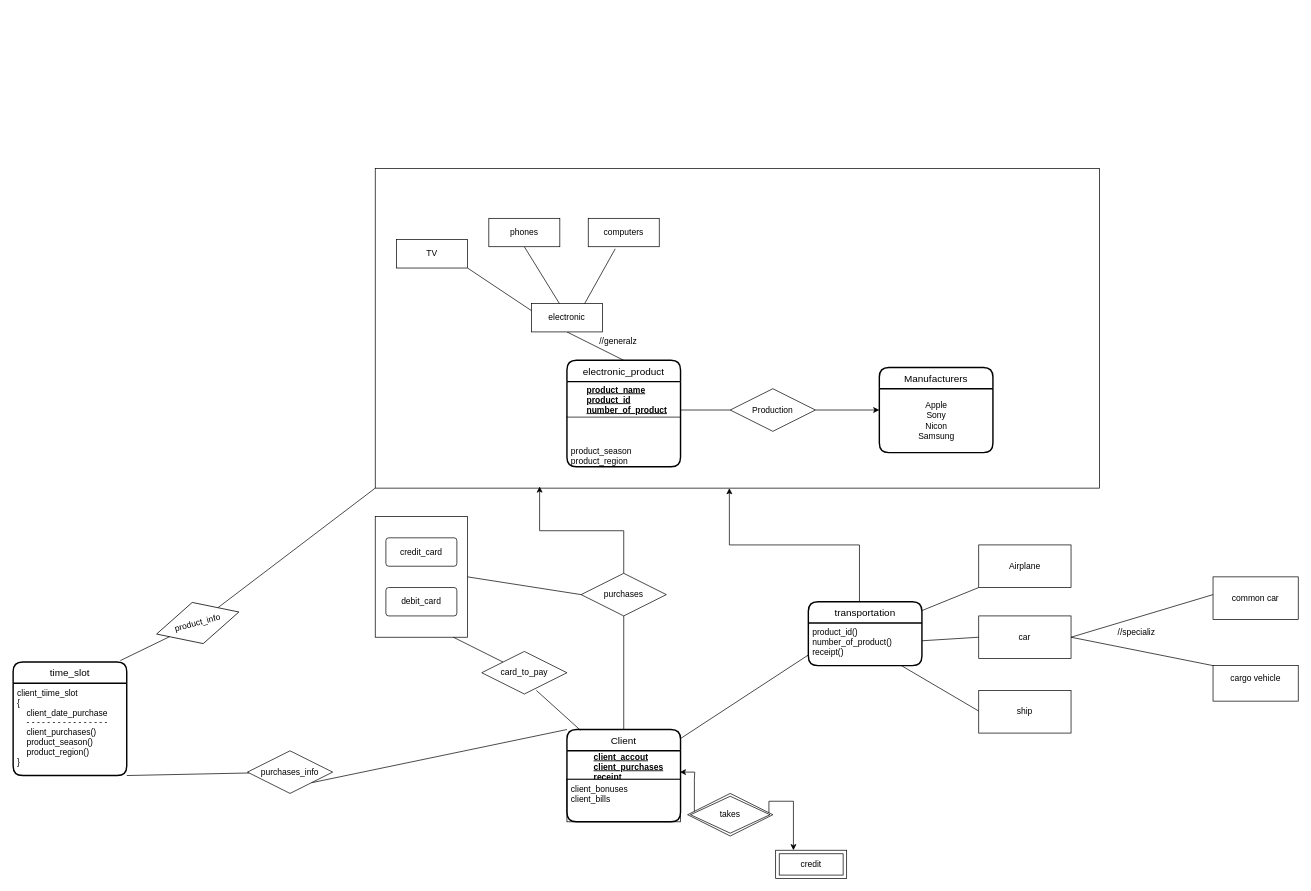
Before: project_Electronics_vendor/Untitled Diagram.drawio in oshuakbaev/Database, a draw.io diagram. Source tidied: cells renumbered, new cells numbered last; positions are measured from the earlier drawing's top-left corner, leaving out a move shared by most shapes. Both pictures are drawn from the tidied source at 71%, with x=0, y=0 at pixel (13, 168).
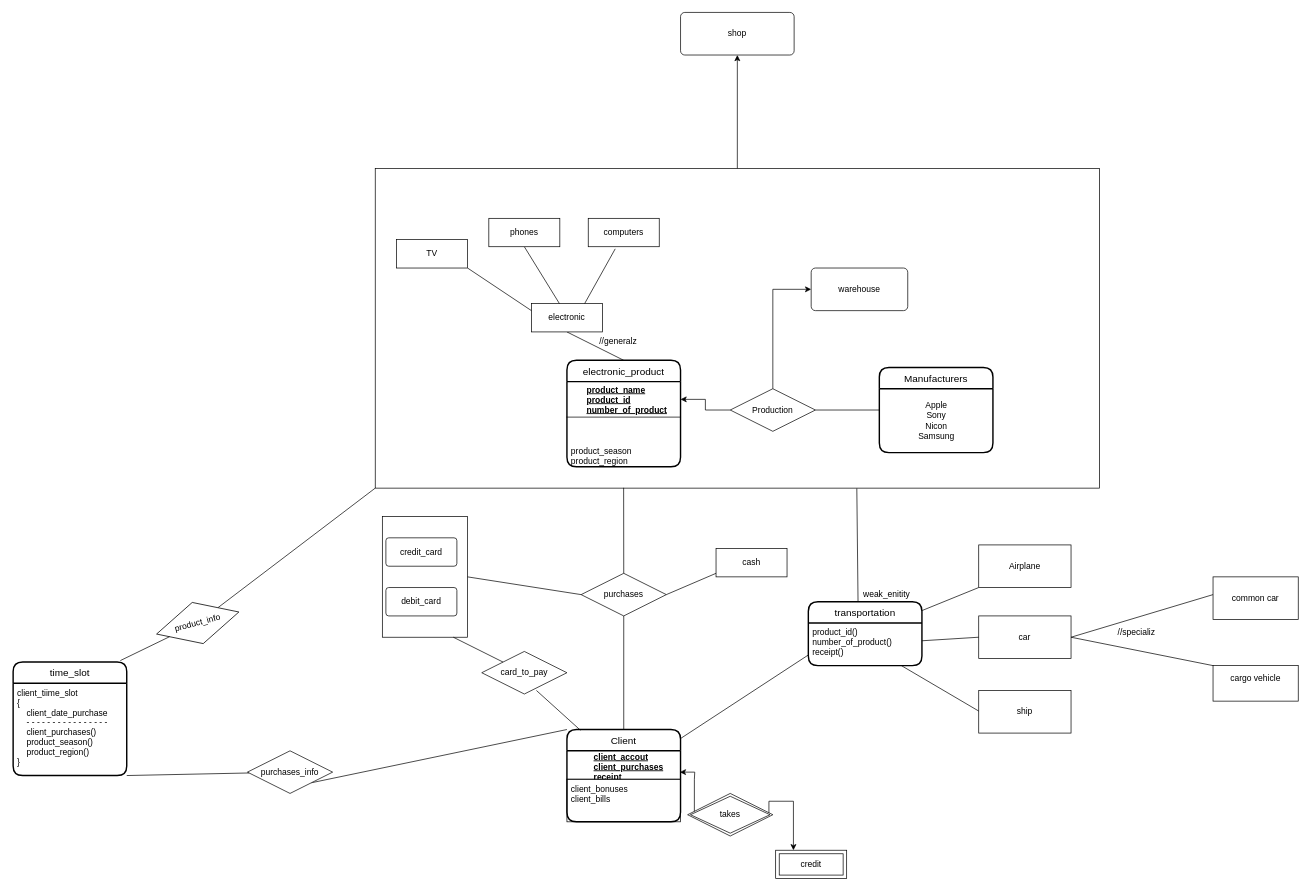
The same page after the edit.

Unchanged cells that the change refers to:
```xml
<mxCell id="3" style="rounded=0;whiteSpace=wrap;html=1;strokeColor=#000000;" parent="1" vertex="1">
  <mxGeometry x="510" width="1020" height="450" as="geometry" />
</mxCell>
<mxCell id="6" style="shape=partialRectangle;fillColor=none;top=0;left=0;bottom=1;right=0;points=[[0,0.5],[1,0.5]];portConstraint=eastwest;strokeColor=#000000;" parent="5" vertex="1">
  <mxGeometry width="160" height="50" as="geometry" />
</mxCell>
<mxCell id="10" value="Manufacturers" style="swimlane;horizontal=1;startSize=30;rounded=1;fontSize=14;fontStyle=0;strokeWidth=2;shadow=0;dashed=0;align=center;" parent="1" vertex="1">
  <mxGeometry x="1220" y="280" width="160" height="120" as="geometry" />
</mxCell>
<mxCell id="19" value="purchases" style="shape=rhombus;perimeter=rhombusPerimeter;whiteSpace=wrap;html=1;align=center;strokeColor=#000000;" parent="1" vertex="1">
  <mxGeometry x="800" y="570" width="120" height="60" as="geometry" />
</mxCell>
<mxCell id="22" value="Production" style="shape=rhombus;perimeter=rhombusPerimeter;whiteSpace=wrap;html=1;align=center;" parent="1" vertex="1">
  <mxGeometry x="1010" y="310" width="120" height="60" as="geometry" />
</mxCell>
<mxCell id="64" value="transportation" style="swimlane;horizontal=1;startSize=30;rounded=1;fontSize=14;fontStyle=0;strokeWidth=2;shadow=0;dashed=0;align=center;" parent="1" vertex="1">
  <mxGeometry x="1120" y="610" width="160" height="90" as="geometry" />
</mxCell>
```

Diff of the diagram source:
```diff
@@
     <mxCell id="2" style="rounded=0;whiteSpace=wrap;html=1;strokeColor=#000000;" parent="1" vertex="1">
-      <mxGeometry x="510" y="490" width="130" height="170" as="geometry" />
+      <mxGeometry x="520" y="490" width="120" height="170" as="geometry" />
     </mxCell>
+    <mxCell id="66" style="edgeStyle=orthogonalEdgeStyle;rounded=0;jettySize=auto;html=1;" parent="1" edge="1" source="3" target="73">
+      <mxGeometry relative="1" as="geometry" />
+    </mxCell>
@@
-    <mxCell id="18" style="edgeStyle=orthogonalEdgeStyle;rounded=0;jettySize=auto;html=1;entryX=0.227;entryY=0.995;entryDx=0;entryDy=0;entryPerimeter=0;" parent="1" edge="1" source="19" target="3">
-      <mxGeometry relative="1" as="geometry" />
-    </mxCell>
@@
-    <mxCell id="21" style="edgeStyle=orthogonalEdgeStyle;rounded=0;jettySize=auto;html=1;exitX=1;exitY=0.5;exitDx=0;exitDy=0;entryX=0;entryY=0.5;entryDx=0;entryDy=0;" parent="1" edge="1" source="22" target="10">
-      <mxGeometry relative="1" as="geometry" />
-    </mxCell>
+    <mxCell id="67" style="edgeStyle=orthogonalEdgeStyle;rounded=0;jettySize=auto;html=1;exitX=0;exitY=0.5;exitDx=0;exitDy=0;" parent="1" edge="1" source="22" target="6">
+      <mxGeometry relative="1" as="geometry" />
+    </mxCell>
+    <mxCell id="68" style="edgeStyle=orthogonalEdgeStyle;rounded=0;jettySize=auto;html=1;entryX=0;entryY=0.5;entryDx=0;entryDy=0;" parent="1" edge="1" source="22" target="72">
+      <mxGeometry relative="1" as="geometry" />
+    </mxCell>
@@
-    <mxCell id="27" style="edgeStyle=orthogonalEdgeStyle;rounded=0;jettySize=auto;html=1;entryX=0.489;entryY=1;entryDx=0;entryDy=0;entryPerimeter=0;exitX=0.45;exitY=0.008;exitDx=0;exitDy=0;exitPerimeter=0;" parent="1" edge="1" source="64" target="3">
-      <mxGeometry relative="1" as="geometry" />
-    </mxCell>
@@
-    <mxCell id="31" style="line;strokeWidth=1;dashed=0;labelPosition=right;align=left;verticalAlign=middle;spacingTop=0;spacingLeft=6;" parent="1" vertex="1">
-      <mxGeometry x="940" y="335" width="70" height="10" as="geometry" />
-    </mxCell>
@@
+    <mxCell id="69" style="endArrow=none;html=1;rounded=0;" parent="1" edge="1" source="22">
+      <mxGeometry relative="1" as="geometry">
+        <mxPoint x="1220" y="340" as="targetPoint" />
+      </mxGeometry>
+    </mxCell>
+    <mxCell id="70" style="endArrow=none;html=1;rounded=0;entryX=0.665;entryY=1.001;entryDx=0;entryDy=0;entryPerimeter=0;" parent="1" edge="1" target="3">
+      <mxGeometry relative="1" as="geometry">
+        <mxPoint x="1190" y="610" as="sourcePoint" />
+      </mxGeometry>
+    </mxCell>
+    <mxCell id="71" style="endArrow=none;html=1;rounded=0;entryX=0.343;entryY=0.999;entryDx=0;entryDy=0;entryPerimeter=0;" parent="1" edge="1" target="3">
+      <mxGeometry relative="1" as="geometry">
+        <mxPoint x="860" y="570" as="sourcePoint" />
+      </mxGeometry>
+    </mxCell>
+    <mxCell id="72" value="warehouse" style="rounded=1;arcSize=10;whiteSpace=wrap;html=1;align=center;" parent="1" vertex="1">
+      <mxGeometry x="1124" y="140" width="136" height="60" as="geometry" />
+    </mxCell>
+    <mxCell id="73" value="shop" style="rounded=1;arcSize=10;whiteSpace=wrap;html=1;align=center;" parent="1" vertex="1">
+      <mxGeometry x="940" y="-220" width="160" height="60" as="geometry" />
+    </mxCell>
+    <mxCell id="74" value="cash" style="whiteSpace=wrap;html=1;align=center;" parent="1" vertex="1">
+      <mxGeometry x="990" y="535" width="100" height="40" as="geometry" />
+    </mxCell>
+    <mxCell id="75" style="endArrow=none;html=1;rounded=0;exitX=1;exitY=0.5;exitDx=0;exitDy=0;" parent="1" edge="1" source="19">
+      <mxGeometry relative="1" as="geometry">
+        <mxPoint x="990" y="570" as="targetPoint" />
+      </mxGeometry>
+    </mxCell>
+    <mxCell id="76" value="weak_enitity" style="text;html=1;align=center;verticalAlign=middle;strokeColor=none;fillColor=none;" parent="1" vertex="1">
+      <mxGeometry x="1190" y="590" width="80" height="20" as="geometry" />
+    </mxCell>
```
